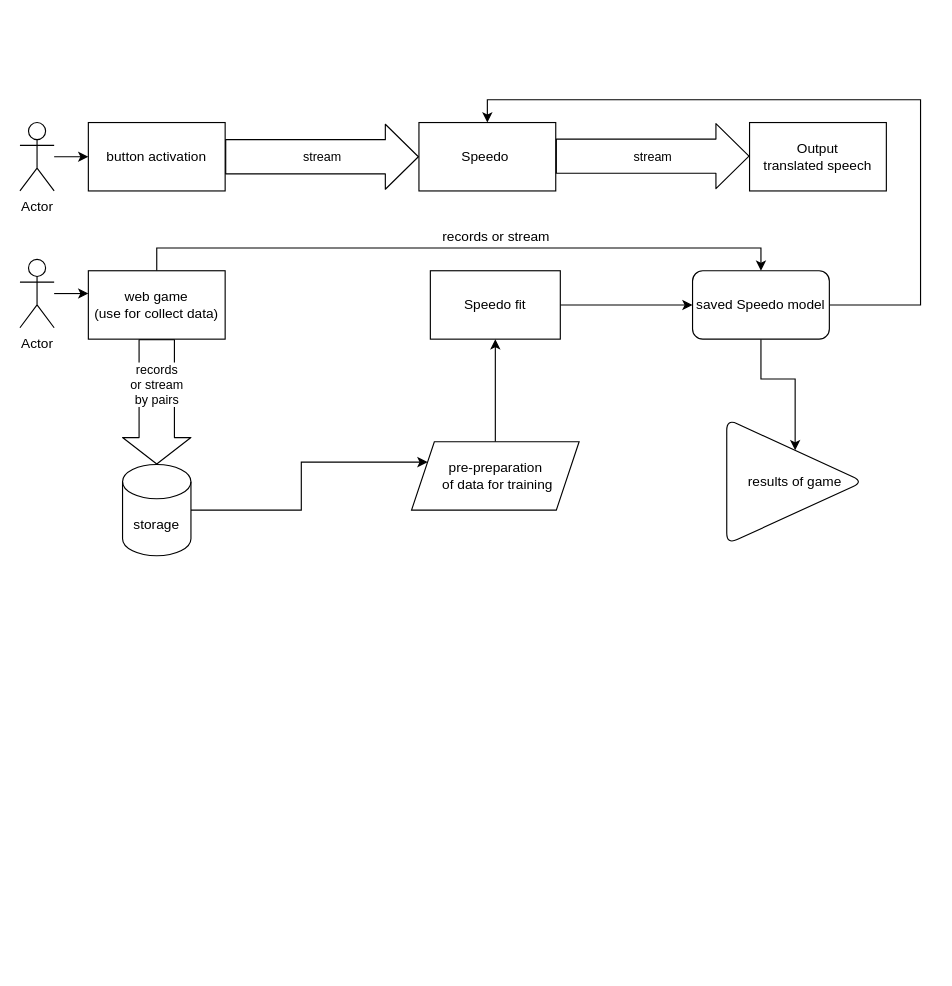
Earlier version of the draw.io diagram Speedo general moduls.drawio (mayor-oleg/speedo-stream). Source tidied: cells renumbered, new cells numbered last; positions are measured from the earlier drawing's top-left corner, leaving out a move shared by most shapes. Both pictures are drawn from the tidied source at 114%, with x=0, y=0 at pixel (19, 99).
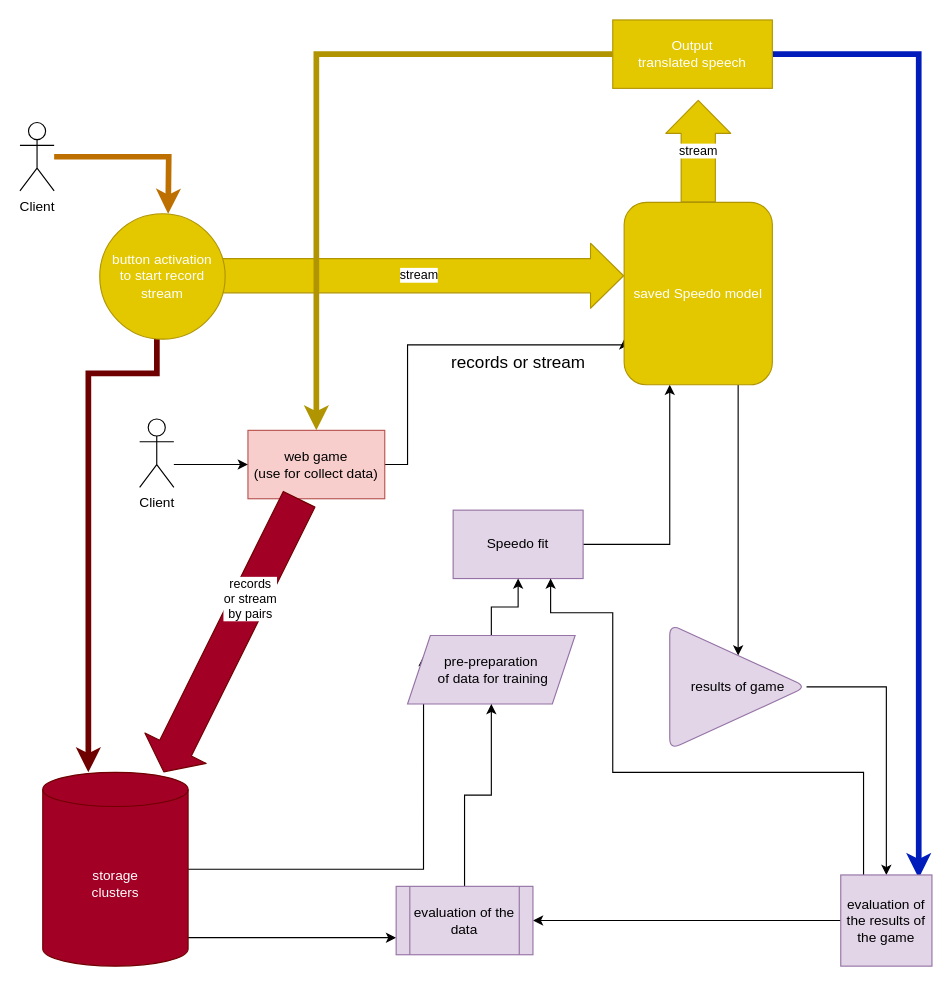
After the change.

The edit, as a diff of the source:
```diff
@@
     <mxCell id="2" style="edgeStyle=orthogonalEdgeStyle;rounded=0;jettySize=auto;html=1;" parent="1" edge="1" source="3" target="16">
-      <mxGeometry relative="1" as="geometry" />
+      <mxGeometry relative="1" as="geometry">
+        <Array as="points">
+          <mxPoint x="570" y="390" />
+        </Array>
+      </mxGeometry>
     </mxCell>
-    <mxCell id="3" value="Speedo fit" style="rounded=0;whiteSpace=wrap;html=1;" parent="1" vertex="1">
-      <mxGeometry x="360" y="150" width="114" height="60" as="geometry" />
+    <mxCell id="3" value="Speedo fit" style="rounded=0;whiteSpace=wrap;html=1;fillColor=#e1d5e7;strokeColor=#9673a6;" parent="1" vertex="1">
+      <mxGeometry x="380" y="360" width="114" height="60" as="geometry" />
     </mxCell>
-    <mxCell id="4" value="Speedo&amp;nbsp;" style="rounded=0;whiteSpace=wrap;html=1;" parent="1" vertex="1">
-      <mxGeometry x="350" y="20" width="120" height="60" as="geometry" />
-    </mxCell>
-    <mxCell id="5" value="button activation" style="rounded=0;whiteSpace=wrap;html=1;" parent="1" vertex="1">
-      <mxGeometry x="60" y="20" width="120" height="60" as="geometry" />
-    </mxCell>
+    <mxCell id="25" style="edgeStyle=orthogonalEdgeStyle;rounded=0;jettySize=auto;html=1;fillColor=#a20025;strokeColor=#6F0000;strokeWidth=5;" parent="1" edge="1" target="11">
+      <mxGeometry relative="1" as="geometry">
+        <mxPoint x="120.1" y="200" as="sourcePoint" />
+        <Array as="points">
+          <mxPoint x="120" y="240" />
+          <mxPoint x="60" y="240" />
+        </Array>
+      </mxGeometry>
+    </mxCell>
-    <mxCell id="6" value="stream" style="shape=flexArrow;endArrow=classic;html=1;exitX=1;exitY=0.5;exitDx=0;exitDy=0;endWidth=26;endSize=9.33;width=30;" parent="1" edge="1" source="5" target="4">
-      <mxGeometry relative="1" as="geometry" />
+    <mxCell id="6" value="stream" style="shape=flexArrow;endArrow=classic;html=1;endWidth=26;endSize=9.33;width=30;fillColor=#e3c800;strokeColor=#B09500;" parent="1" edge="1">
+      <mxGeometry relative="1" as="geometry">
+        <mxPoint x="170" y="154.4" as="sourcePoint" />
+        <mxPoint x="530" y="154.4" as="targetPoint" />
+      </mxGeometry>
     </mxCell>
-    <mxCell id="7" style="edgeStyle=orthogonalEdgeStyle;rounded=0;jettySize=auto;html=1;entryX=0.5;entryY=0;entryDx=0;entryDy=0;" parent="1" edge="1" source="8" target="16">
+    <mxCell id="7" style="edgeStyle=orthogonalEdgeStyle;rounded=0;jettySize=auto;html=1;entryX=0;entryY=0.75;entryDx=0;entryDy=0;strokeWidth=1;" parent="1" edge="1" source="8" target="16">
       <mxGeometry relative="1" as="geometry">
         <Array as="points">
-          <mxPoint x="120" y="130" />
-          <mxPoint x="650" y="130" />
+          <mxPoint x="340" y="320" />
+          <mxPoint x="340" y="215" />
         </Array>
       </mxGeometry>
     </mxCell>
-    <mxCell id="8" value="web game &lt;br&gt;(use for collect data)" style="rounded=0;whiteSpace=wrap;html=1;" parent="1" vertex="1">
-      <mxGeometry x="60" y="150" width="120" height="60" as="geometry" />
+    <mxCell id="8" value="web game &lt;br&gt;(use for collect data)" style="rounded=0;whiteSpace=wrap;html=1;fillColor=#f8cecc;strokeColor=#b85450;" parent="1" vertex="1">
+      <mxGeometry x="200" y="290" width="120" height="60" as="geometry" />
     </mxCell>
-    <mxCell id="9" value="records &lt;br&gt;or stream&lt;br&gt;by pairs" style="shape=flexArrow;endArrow=classic;html=1;exitX=0.5;exitY=1;exitDx=0;exitDy=0;endWidth=28;endSize=7.39;width=31;" parent="1" edge="1" source="8" target="11">
+    <mxCell id="9" value="records &lt;br&gt;or stream&lt;br&gt;by pairs" style="shape=flexArrow;endArrow=classic;html=1;endWidth=28;endSize=7.39;width=31;fillColor=#a20025;strokeColor=#6F0000;" parent="1" edge="1" source="8" target="11">
       <mxGeometry x="-0.27" relative="1" as="geometry" />
     </mxCell>
@@
+    <mxCell id="26" style="edgeStyle=orthogonalEdgeStyle;rounded=0;jettySize=auto;html=1;entryX=0;entryY=0.75;entryDx=0;entryDy=0;" parent="1" edge="1" source="11" target="34">
+      <mxGeometry relative="1" as="geometry">
+        <Array as="points">
+          <mxPoint x="60" y="735" />
+        </Array>
+      </mxGeometry>
+    </mxCell>
-    <mxCell id="11" value="storage" style="shape=cylinder3;whiteSpace=wrap;html=1;boundedLbl=1;backgroundOutline=1;size=15;" parent="1" vertex="1">
-      <mxGeometry x="90" y="320" width="60" height="80" as="geometry" />
+    <mxCell id="11" value="storage&lt;br&gt;clusters" style="shape=cylinder3;whiteSpace=wrap;html=1;boundedLbl=1;backgroundOutline=1;size=15;fillColor=#a20025;strokeColor=#6F0000;fontColor=#ffffff;" parent="1" vertex="1">
+      <mxGeometry x="20" y="590" width="127.5" height="170" as="geometry" />
     </mxCell>
@@
-    <mxCell id="13" value="pre-preparation&lt;br&gt;&amp;nbsp;of data for training" style="shape=parallelogram;perimeter=parallelogramPerimeter;whiteSpace=wrap;html=1;fixedSize=1;" parent="1" vertex="1">
-      <mxGeometry x="343.5" y="300" width="147" height="60" as="geometry" />
+    <mxCell id="13" value="pre-preparation&lt;br&gt;&amp;nbsp;of data for training" style="shape=parallelogram;perimeter=parallelogramPerimeter;whiteSpace=wrap;html=1;fixedSize=1;fillColor=#e1d5e7;strokeColor=#9673a6;" parent="1" vertex="1">
+      <mxGeometry x="340" y="470" width="147" height="60" as="geometry" />
     </mxCell>
     <mxCell id="14" style="edgeStyle=orthogonalEdgeStyle;rounded=0;jettySize=auto;html=1;" parent="1" edge="1" source="16" target="18">
-      <mxGeometry relative="1" as="geometry" />
+      <mxGeometry relative="1" as="geometry">
+        <Array as="points">
+          <mxPoint x="630" y="360" />
+          <mxPoint x="630" y="360" />
+        </Array>
+      </mxGeometry>
     </mxCell>
-    <mxCell id="15" style="edgeStyle=orthogonalEdgeStyle;rounded=0;jettySize=auto;html=1;entryX=0.5;entryY=0;entryDx=0;entryDy=0;" parent="1" edge="1" source="16" target="4">
-      <mxGeometry relative="1" as="geometry">
-        <Array as="points">
-          <mxPoint x="790" y="180" />
-          <mxPoint x="790" />
-          <mxPoint x="410" />
-        </Array>
-      </mxGeometry>
-    </mxCell>
-    <mxCell id="16" value="saved Speedo model" style="rounded=1;whiteSpace=wrap;html=1;" parent="1" vertex="1">
-      <mxGeometry x="590" y="150" width="120" height="60" as="geometry" />
+    <mxCell id="16" value="saved Speedo model" style="rounded=1;whiteSpace=wrap;html=1;fillColor=#e3c800;strokeColor=#B09500;fontColor=#ffffff;" parent="1" vertex="1">
+      <mxGeometry x="530" y="90" width="130" height="160" as="geometry" />
     </mxCell>
-    <mxCell id="17" value="records or stream" style="text;html=1;strokeColor=none;fillColor=none;align=center;verticalAlign=middle;whiteSpace=wrap;rounded=0;" parent="1" vertex="1">
-      <mxGeometry x="360.5" y="110" width="113.5" height="20" as="geometry" />
-    </mxCell>
+    <mxCell id="27" style="edgeStyle=orthogonalEdgeStyle;rounded=0;jettySize=auto;html=1;" parent="1" edge="1" source="18" target="32">
+      <mxGeometry relative="1" as="geometry" />
+    </mxCell>
-    <mxCell id="18" value="results of game" style="triangle;whiteSpace=wrap;html=1;rounded=1;" parent="1" vertex="1">
-      <mxGeometry x="620" y="280" width="120" height="110" as="geometry" />
+    <mxCell id="18" value="results of game" style="triangle;whiteSpace=wrap;html=1;rounded=1;fillColor=#e1d5e7;strokeColor=#9673a6;" parent="1" vertex="1">
+      <mxGeometry x="570" y="460" width="120" height="110" as="geometry" />
     </mxCell>
-    <mxCell id="19" value="stream" style="shape=flexArrow;endArrow=classic;html=1;exitX=1;exitY=0.5;exitDx=0;exitDy=0;endWidth=26;endSize=9.33;width=30;" parent="1" edge="1">
+    <mxCell id="19" value="stream" style="shape=flexArrow;endArrow=classic;html=1;exitX=0.5;exitY=0;exitDx=0;exitDy=0;endWidth=26;endSize=9.33;width=30;fillColor=#e3c800;strokeColor=#B09500;" parent="1" edge="1" source="16">
       <mxGeometry relative="1" as="geometry">
-        <mxPoint x="470" y="49.5" as="sourcePoint" />
-        <mxPoint x="640" y="49.5" as="targetPoint" />
+        <mxPoint x="595" as="targetPoint" />
       </mxGeometry>
     </mxCell>
+    <mxCell id="28" style="edgeStyle=orthogonalEdgeStyle;rounded=0;jettySize=auto;html=1;entryX=0.855;entryY=0.035;entryDx=0;entryDy=0;entryPerimeter=0;fillColor=#0050ef;strokeColor=#001DBC;strokeWidth=5;" parent="1" edge="1" source="20" target="32">
+      <mxGeometry relative="1" as="geometry" />
+    </mxCell>
+    <mxCell id="29" style="edgeStyle=orthogonalEdgeStyle;rounded=0;jettySize=auto;html=1;fillColor=#e3c800;strokeColor=#B09500;strokeWidth=5;" parent="1" edge="1" source="20">
+      <mxGeometry relative="1" as="geometry">
+        <mxPoint x="260" y="290" as="targetPoint" />
+        <Array as="points">
+          <mxPoint x="260" y="-40" />
+          <mxPoint x="260" y="291" />
+        </Array>
+      </mxGeometry>
+    </mxCell>
-    <mxCell id="20" value="Output &lt;br&gt;translated speech" style="rounded=0;whiteSpace=wrap;html=1;" parent="1" vertex="1">
-      <mxGeometry x="640" y="20" width="120" height="60" as="geometry" />
+    <mxCell id="20" value="Output &lt;br&gt;translated speech" style="rounded=0;whiteSpace=wrap;html=1;fillColor=#e3c800;strokeColor=#B09500;fontColor=#ffffff;" parent="1" vertex="1">
+      <mxGeometry x="520" y="-70" width="140" height="60" as="geometry" />
     </mxCell>
     <mxCell id="21" style="edgeStyle=orthogonalEdgeStyle;rounded=0;jettySize=auto;html=1;" parent="1" edge="1" source="22" target="8">
       <mxGeometry relative="1" as="geometry">
         <Array as="points">
-          <mxPoint x="60" y="170" />
-          <mxPoint x="60" y="170" />
+          <mxPoint x="170" y="320" />
+          <mxPoint x="170" y="320" />
         </Array>
       </mxGeometry>
     </mxCell>
-    <mxCell id="22" value="Actor" style="shape=umlActor;verticalLabelPosition=bottom;verticalAlign=top;html=1;outlineConnect=0;" parent="1" vertex="1">
-      <mxGeometry y="140" width="30" height="60" as="geometry" />
+    <mxCell id="22" value="Client" style="shape=umlActor;verticalLabelPosition=bottom;verticalAlign=top;html=1;outlineConnect=0;" parent="1" vertex="1">
+      <mxGeometry x="105" y="280" width="30" height="60" as="geometry" />
     </mxCell>
-    <mxCell id="23" style="edgeStyle=orthogonalEdgeStyle;rounded=0;jettySize=auto;html=1;" parent="1" edge="1" source="24" target="5">
-      <mxGeometry relative="1" as="geometry" />
+    <mxCell id="23" style="edgeStyle=orthogonalEdgeStyle;rounded=0;jettySize=auto;html=1;strokeWidth=5;fillColor=#f0a30a;strokeColor=#BD7000;" parent="1" edge="1" source="24">
+      <mxGeometry relative="1" as="geometry">
+        <mxPoint x="130" y="100" as="targetPoint" />
+      </mxGeometry>
     </mxCell>
-    <mxCell id="24" value="Actor" style="shape=umlActor;verticalLabelPosition=bottom;verticalAlign=top;html=1;outlineConnect=0;" parent="1" vertex="1">
+    <mxCell id="24" value="Client" style="shape=umlActor;verticalLabelPosition=bottom;verticalAlign=top;html=1;outlineConnect=0;" parent="1" vertex="1">
       <mxGeometry y="20" width="30" height="60" as="geometry" />
     </mxCell>
+    <mxCell id="30" style="edgeStyle=orthogonalEdgeStyle;rounded=0;jettySize=auto;html=1;" parent="1" edge="1" source="32" target="34">
+      <mxGeometry relative="1" as="geometry" />
+    </mxCell>
+    <mxCell id="31" style="edgeStyle=orthogonalEdgeStyle;rounded=0;jettySize=auto;html=1;entryX=0.75;entryY=1;entryDx=0;entryDy=0;" parent="1" edge="1" source="32" target="3">
+      <mxGeometry relative="1" as="geometry">
+        <Array as="points">
+          <mxPoint x="740" y="590" />
+          <mxPoint x="520" y="590" />
+          <mxPoint x="520" y="450" />
+          <mxPoint x="465" y="450" />
+        </Array>
+      </mxGeometry>
+    </mxCell>
+    <mxCell id="32" value="evaluation of the results of the game" style="whiteSpace=wrap;html=1;fillColor=#e1d5e7;strokeColor=#9673a6;" parent="1" vertex="1">
+      <mxGeometry x="720" y="680" width="80" height="80" as="geometry" />
+    </mxCell>
+    <mxCell id="33" style="edgeStyle=orthogonalEdgeStyle;rounded=0;jettySize=auto;html=1;entryX=0.5;entryY=1;entryDx=0;entryDy=0;" parent="1" edge="1" source="34" target="13">
+      <mxGeometry relative="1" as="geometry" />
+    </mxCell>
+    <mxCell id="34" value="evaluation of the data" style="shape=process;whiteSpace=wrap;html=1;backgroundOutline=1;fillColor=#e1d5e7;strokeColor=#9673a6;" parent="1" vertex="1">
+      <mxGeometry x="330" y="690" width="120" height="60" as="geometry" />
+    </mxCell>
+    <mxCell id="17" value="&lt;font style=&quot;font-size: 15px&quot;&gt;records or stream&lt;/font&gt;" style="text;html=1;strokeColor=none;fillColor=none;align=center;verticalAlign=middle;whiteSpace=wrap;rounded=0;" parent="1" vertex="1">
+      <mxGeometry x="358.6" y="220" width="156.8" height="20" as="geometry" />
+    </mxCell>
+    <mxCell id="35" value="button activation&lt;br&gt;to start record stream" style="ellipse;whiteSpace=wrap;html=1;fillColor=#e3c800;strokeColor=#B09500;fontColor=#ffffff;" parent="1" vertex="1">
+      <mxGeometry x="70" y="100" width="110" height="110" as="geometry" />
+    </mxCell>
```
